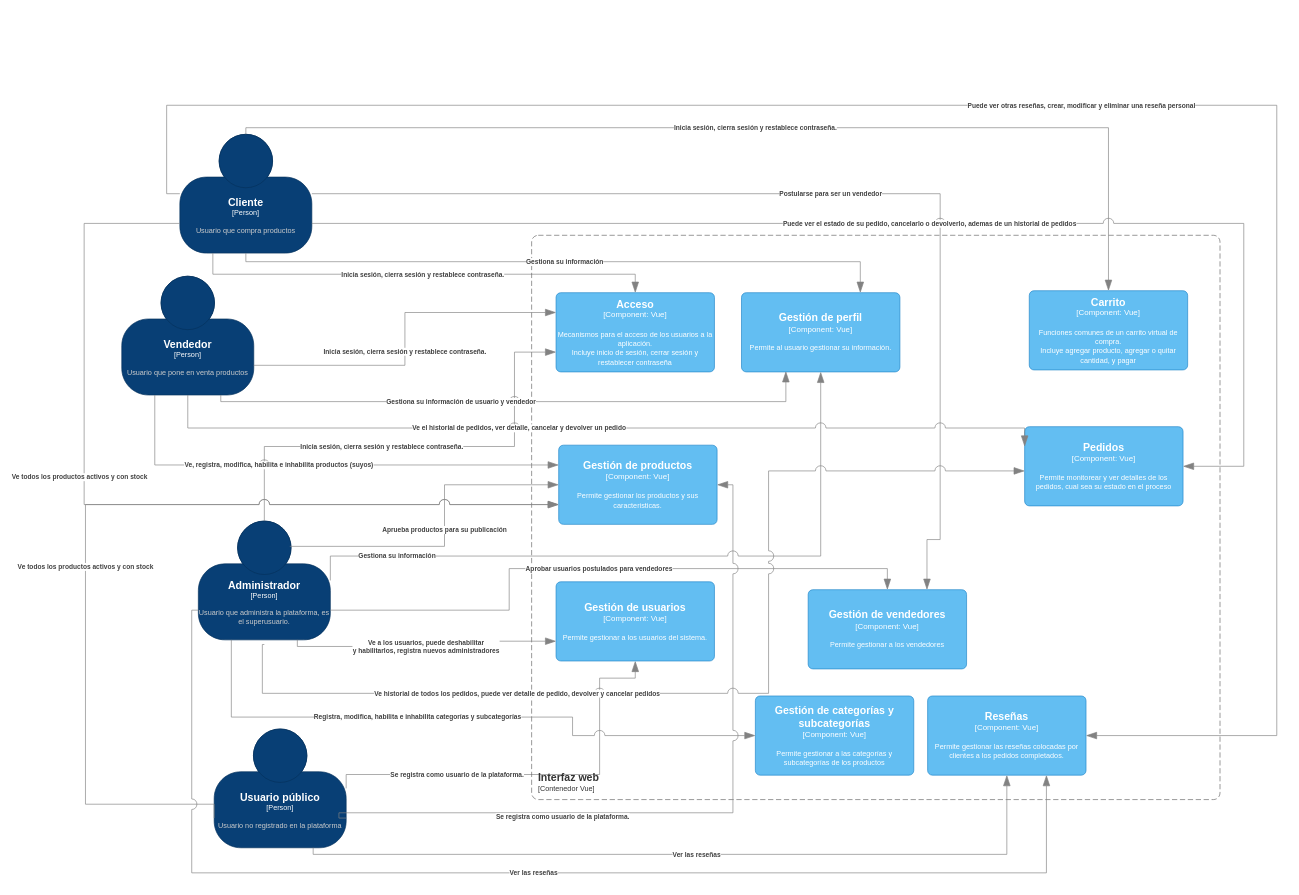
The draw.io diagram page "comp, boceto" (5 of 5) of Diagrama/c4CarsiShop.drawio in EmilianoChofis/c4CarsiShop, before the edit. Source tidied: cells renumbered, new cells numbered last; positions are measured from the earlier drawing's top-left corner, leaving out a move shared by most shapes. Both pictures are drawn from the tidied source at 66%, with x=0, y=0 at pixel (84, 105).
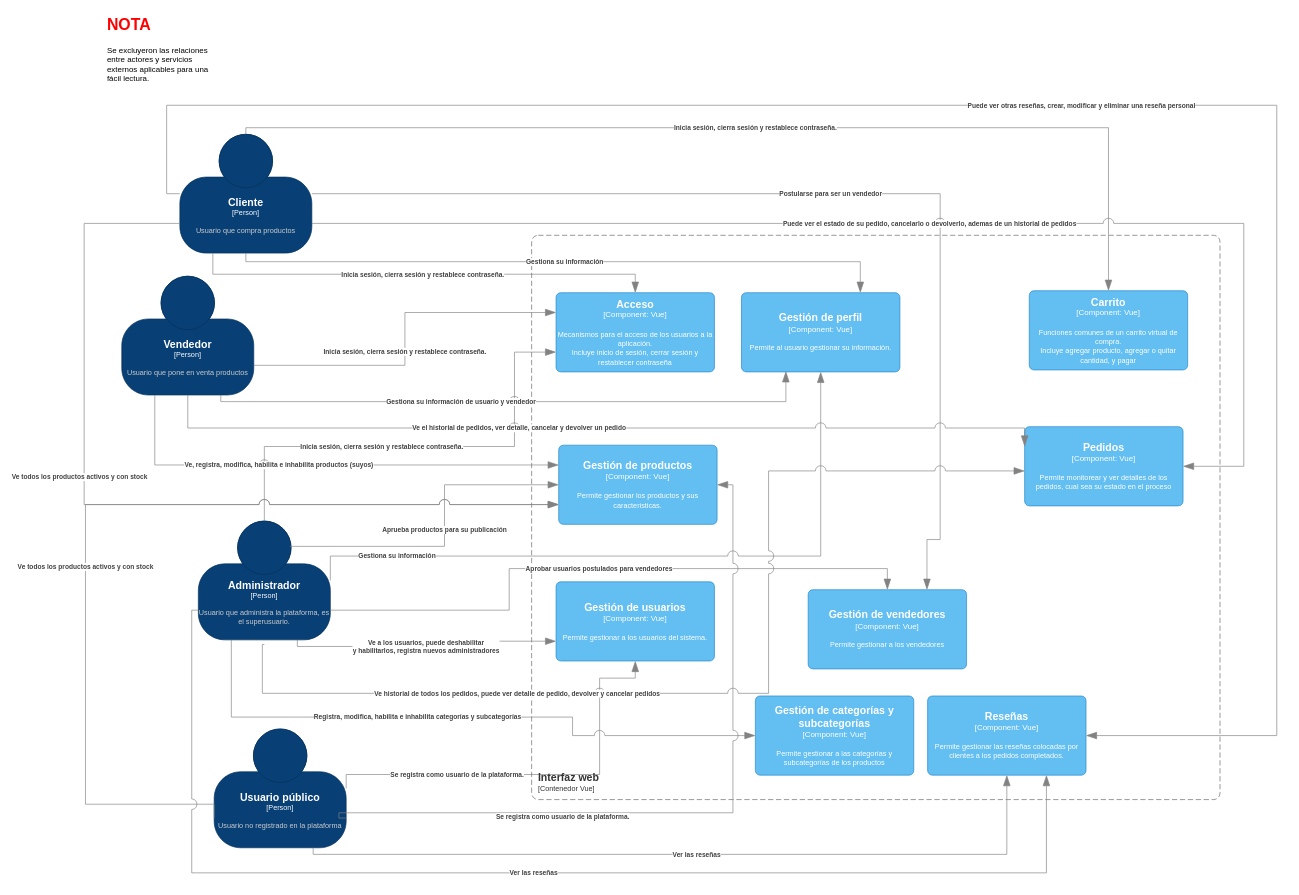
After the change.

Diff of the diagram source:
```diff
@@
+    <mxCell id="39" value="&lt;h1 style=&quot;margin-top: 0px;&quot;&gt;&lt;font color=&quot;#ff0000&quot;&gt;NOTA&lt;/font&gt;&lt;/h1&gt;&lt;p&gt;Se excluyeron las relaciones entre actores y servicios externos aplicables para una fácil lectura.&lt;/p&gt;" style="text;html=1;whiteSpace=wrap;overflow=hidden;rounded=0;" parent="1" vertex="1">
+      <mxGeometry x="33" y="-142" width="180" height="120" as="geometry" />
+    </mxCell>
```
